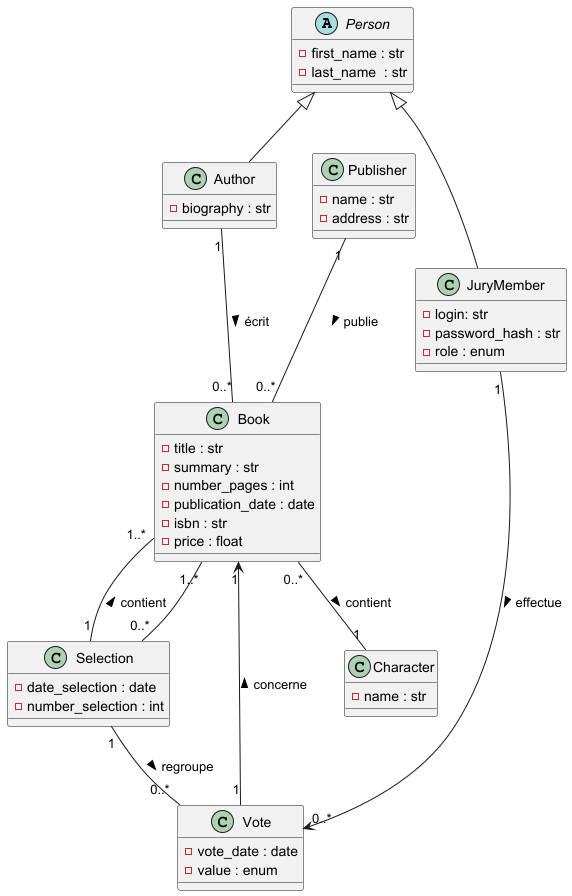
Above: doc/uml/2-class/goncourt-class.png in john7440/Evaluation-Metier-Python (PlantUML), before the change.
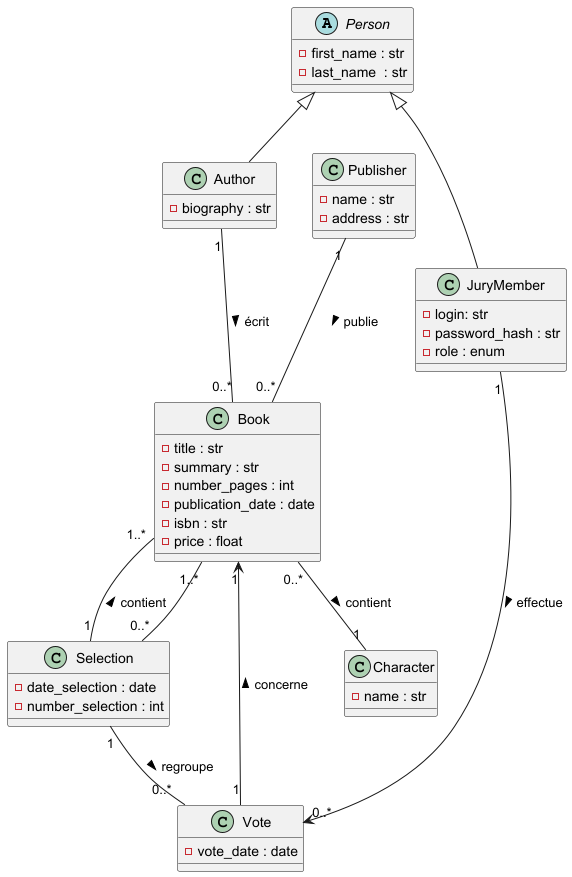
Later version of the same file.

Commit message:
modification du diagramme de classe (retrait de l'attibut value)

Change to the diagram source:
```diff
@@ -35,7 +35,6 @@
 
 class Vote {
   - vote_date : date
-  - value : enum
 }
 
 class Publisher {
```
